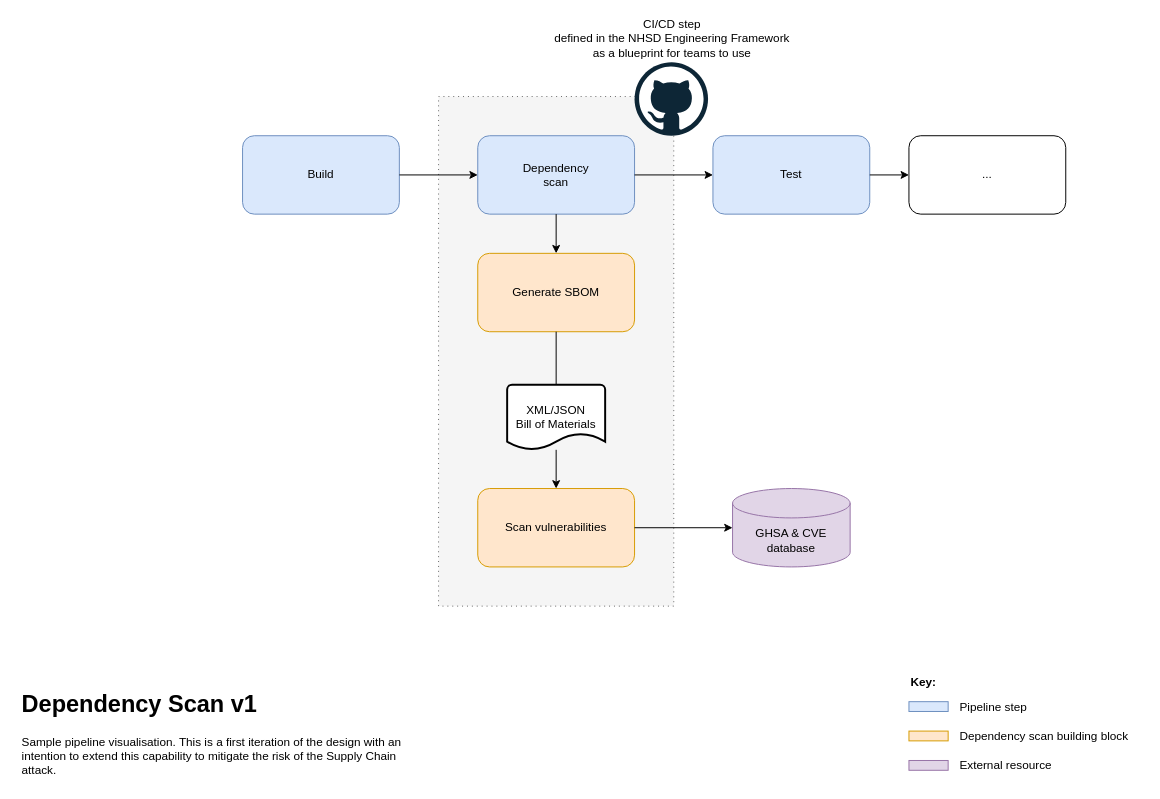
Before: tools/dependency-scan/Design.drawio in NHSDigital/software-engineering-quality-framework, a draw.io diagram. Source tidied: cells renumbered, new cells numbered last; positions are measured from the earlier drawing's top-left corner, leaving out a move shared by most shapes. Both pictures are drawn from the tidied source at 98%, with x=0, y=0 at pixel (17, 62).
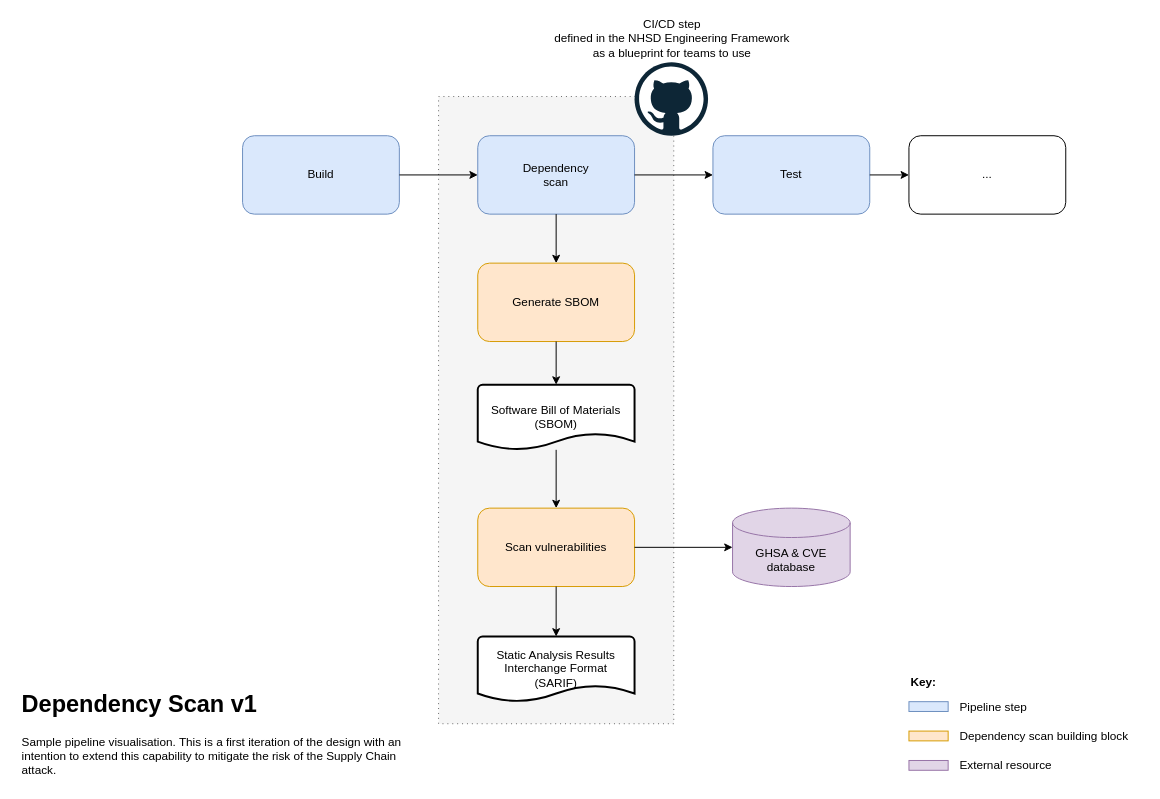
Above is the later version.

Commit message (it also covers changes not shown here):
Include the design diagram in the documentation

The edit, as a diff of the source:
```diff
@@
     <mxCell id="2" style="rounded=0;whiteSpace=wrap;html=1;fillColor=#f5f5f5;fontColor=#333333;strokeColor=#666666;dashed=1;dashPattern=1 4;" parent="1" vertex="1">
-      <mxGeometry x="430" y="35" width="240" height="520" as="geometry" />
+      <mxGeometry x="430" y="35" width="240" height="640" as="geometry" />
     </mxCell>
@@
     <mxCell id="6" value="Generate SBOM" style="rounded=1;whiteSpace=wrap;html=1;fillColor=#ffe6cc;strokeColor=#d79b00;" parent="1" vertex="1">
-      <mxGeometry x="470" y="195" width="160" height="80" as="geometry" />
+      <mxGeometry x="470" y="205" width="160" height="80" as="geometry" />
     </mxCell>
     <mxCell id="7" value="Scan vulnerabilities" style="rounded=1;whiteSpace=wrap;html=1;fillColor=#ffe6cc;strokeColor=#d79b00;" parent="1" vertex="1">
-      <mxGeometry x="470" y="435" width="160" height="80" as="geometry" />
+      <mxGeometry x="470" y="455" width="160" height="80" as="geometry" />
     </mxCell>
@@
     <mxCell id="16" value="GHSA &amp;amp; CVE&lt;br&gt;database" style="shape=cylinder3;whiteSpace=wrap;html=1;boundedLbl=1;backgroundOutline=1;size=15;fillColor=#e1d5e7;strokeColor=#9673a6;" parent="1" vertex="1">
-      <mxGeometry x="730" y="435" width="120" height="80" as="geometry" />
+      <mxGeometry x="730" y="455" width="120" height="80" as="geometry" />
     </mxCell>
-    <mxCell id="17" value="XML/JSON&lt;br&gt;Bill of Materials" style="strokeWidth=2;html=1;shape=mxgraph.flowchart.document2;whiteSpace=wrap;size=0.25;" parent="1" vertex="1">
-      <mxGeometry x="500" y="329" width="100" height="66.5" as="geometry" />
+    <mxCell id="17" value="Software&amp;nbsp;Bill of Materials&lt;br&gt;(SBOM)" style="strokeWidth=2;html=1;shape=mxgraph.flowchart.document2;whiteSpace=wrap;size=0.25;" parent="1" vertex="1">
+      <mxGeometry x="470" y="329" width="160" height="66.5" as="geometry" />
     </mxCell>
-    <mxCell id="18" style="endArrow=none;html=1;rounded=0;entryX=0.5;entryY=0;entryDx=0;entryDy=0;" parent="1" edge="1" source="6" target="17">
-      <mxGeometry relative="1" as="geometry" />
-    </mxCell>
@@
+    <mxCell id="27" value="Static Analysis Results Interchange Format&lt;br&gt;(SARIF)" style="strokeWidth=2;html=1;shape=mxgraph.flowchart.document2;whiteSpace=wrap;size=0.25;" parent="1" vertex="1">
+      <mxGeometry x="470" y="586" width="160" height="66.5" as="geometry" />
+    </mxCell>
+    <mxCell id="18" style="endArrow=classic;html=1;rounded=0;startArrow=none;exitX=0.5;exitY=1;exitDx=0;exitDy=0;" parent="1" edge="1" source="6" target="17">
+      <mxGeometry relative="1" as="geometry" />
+    </mxCell>
+    <mxCell id="28" style="endArrow=classic;html=1;rounded=0;startArrow=none;" parent="1" edge="1" source="7" target="27">
+      <mxGeometry relative="1" as="geometry" />
+    </mxCell>
```
